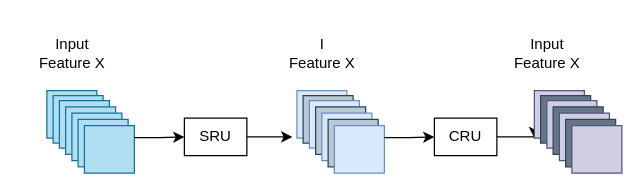
This is drawio/SCC2f.drawio from cvYouTian/Graph-of-Paper, a draw.io file, before an edit. Source tidied: cells renumbered, new cells numbered last; positions are measured from the earlier drawing's top-left corner, leaving out a move shared by most shapes. Both pictures are drawn from the tidied source at 125%, with x=0, y=0 at pixel (21, 28).
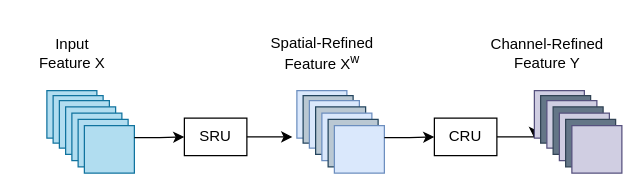
The same page after the edit.

Change to the diagram source:
```diff
@@
-    <mxCell id="33" value="I&lt;br&gt;Feature X" style="text;html=1;align=center;verticalAlign=middle;strokeColor=none;fillColor=none;" parent="1" vertex="1">
-      <mxGeometry x="200" width="80" height="40" as="geometry" />
+    <mxCell id="33" value="Spatial-Refined&lt;br&gt;Feature X&lt;sup&gt;w&lt;/sup&gt;" style="text;html=1;align=center;verticalAlign=middle;strokeColor=none;fillColor=none;" parent="1" vertex="1">
+      <mxGeometry x="185" y="-5" width="110" height="50" as="geometry" />
     </mxCell>
-    <mxCell id="34" value="Input&lt;br&gt;Feature X" style="text;html=1;align=center;verticalAlign=middle;strokeColor=none;fillColor=none;" parent="1" vertex="1">
-      <mxGeometry x="380" width="80" height="40" as="geometry" />
+    <mxCell id="34" value="Channel-Refined&lt;br&gt;Feature Y" style="text;html=1;align=center;verticalAlign=middle;strokeColor=none;fillColor=none;" parent="1" vertex="1">
+      <mxGeometry x="365" width="110" height="40" as="geometry" />
     </mxCell>
```
